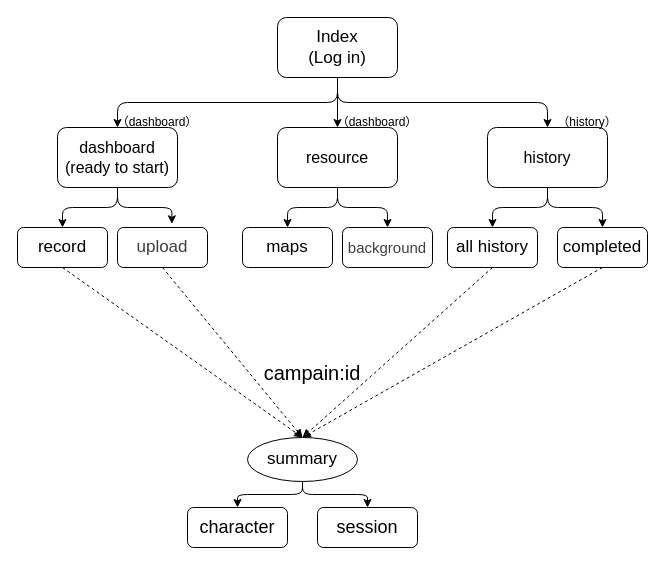
Above: route.drawio in ROSE16111/AI-Dungeon-Master-Memory-Engine (draw.io), before the change. Source tidied: cells renumbered, new cells numbered last; positions are measured from the earlier drawing's top-left corner, leaving out a move shared by most shapes. Both pictures are drawn from the tidied source at 100%, with x=0, y=0 at pixel (17, 17).
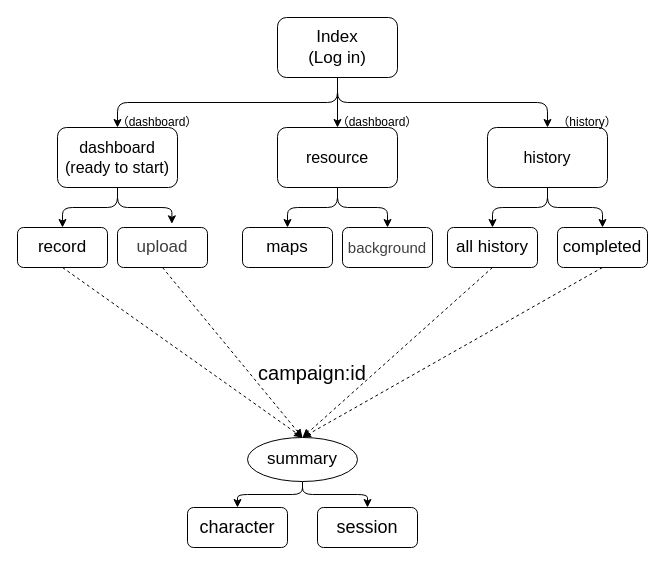
After the change.

The edit, as a diff of the source:
```diff
@@
-    <mxCell id="33" value="&lt;font style=&quot;font-size: 20px;&quot;&gt;campain:id&lt;/font&gt;" style="text;strokeColor=none;align=center;fillColor=none;html=1;verticalAlign=middle;whiteSpace=wrap;rounded=0;" parent="1" vertex="1">
+    <mxCell id="33" value="&lt;font style=&quot;font-size: 20px;&quot;&gt;campaign:id&lt;/font&gt;" style="text;strokeColor=none;align=center;fillColor=none;html=1;verticalAlign=middle;whiteSpace=wrap;rounded=0;" parent="1" vertex="1">
       <mxGeometry x="265" y="340" width="60" height="30" as="geometry" />
     </mxCell>
```
